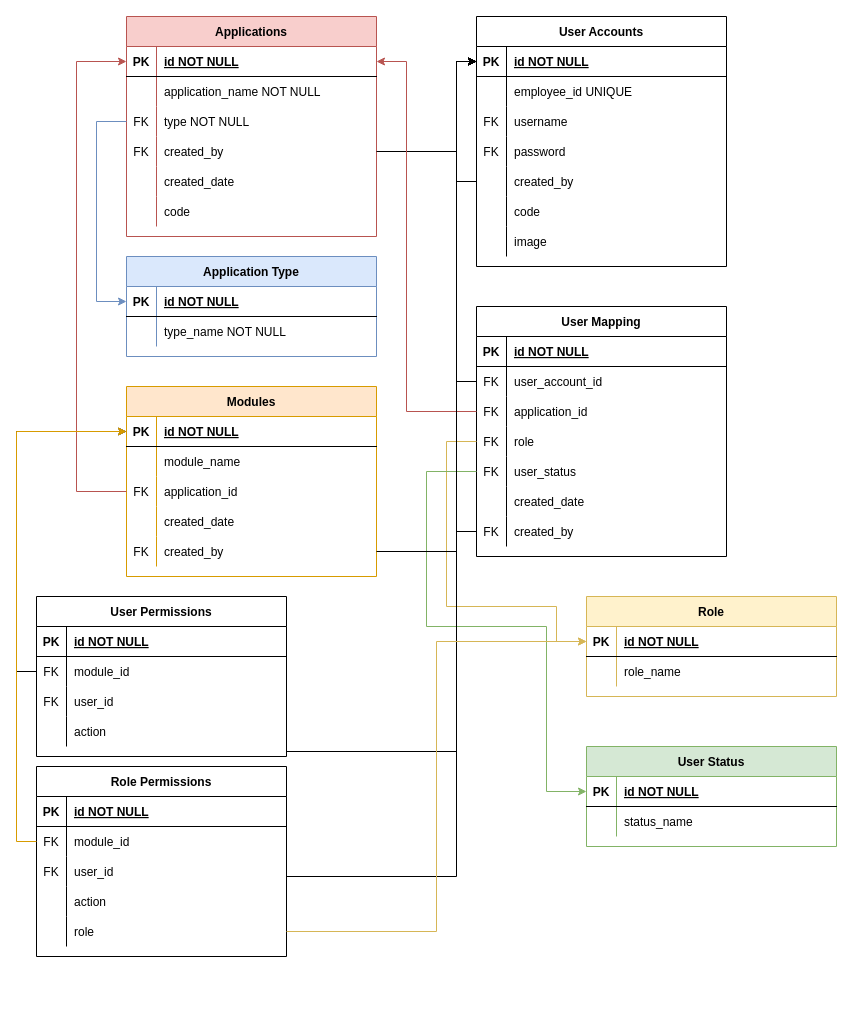
mccndcg/erds keeps this draw.io diagram as usermgmt.drawio. Above is the earlier version. Source tidied: cells renumbered, new cells numbered last; positions are measured from the earlier drawing's top-left corner, leaving out a move shared by most shapes. Both pictures are drawn from the tidied source at 100%, with x=0, y=0 at pixel (36, 16).
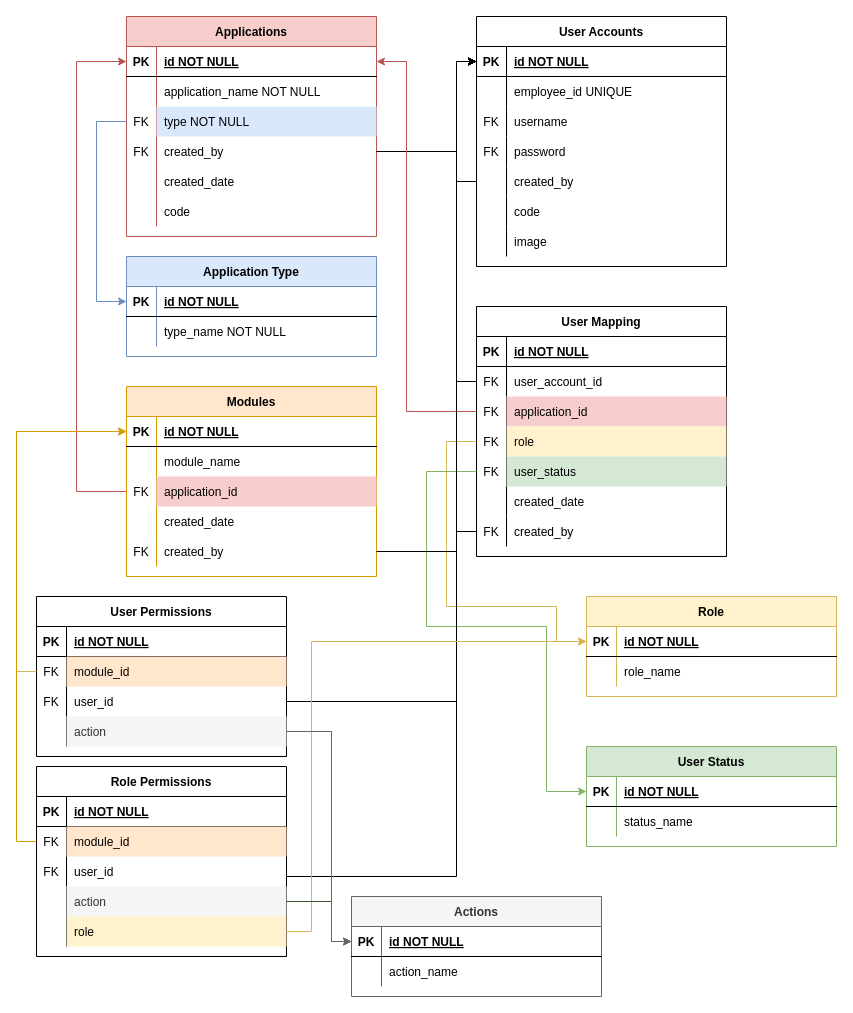
Above is the later version.

Unchanged cells that the change refers to:
```xml
<mxCell id="9" style="shape=partialRectangle;fillColor=none;points=[[0,0.5],[1,0.5]];portConstraint=eastwest;top=0;left=0;right=0;bottom=0;" parent="2" vertex="1">
  <mxGeometry y="90" width="250" height="30" as="geometry" />
</mxCell>
<mxCell id="30" style="shape=partialRectangle;fillColor=none;points=[[0,0.5],[1,0.5]];portConstraint=eastwest;top=0;left=0;right=0;bottom=1;" parent="29" vertex="1">
  <mxGeometry y="30" width="250" height="30" as="geometry" />
</mxCell>
<mxCell id="60" style="shape=partialRectangle;fillColor=none;points=[[0,0.5],[1,0.5]];portConstraint=eastwest;top=0;left=0;right=0;bottom=0;" parent="53" vertex="1">
  <mxGeometry y="90" width="250" height="30" as="geometry" />
</mxCell>
<mxCell id="63" style="shape=partialRectangle;fillColor=none;points=[[0,0.5],[1,0.5]];portConstraint=eastwest;top=0;left=0;right=0;bottom=0;" parent="53" vertex="1">
  <mxGeometry y="120" width="250" height="30" as="geometry" />
</mxCell>
<mxCell id="66" style="shape=partialRectangle;fillColor=none;points=[[0,0.5],[1,0.5]];portConstraint=eastwest;top=0;left=0;right=0;bottom=0;" parent="53" vertex="1">
  <mxGeometry y="150" width="250" height="30" as="geometry" />
</mxCell>
<mxCell id="78" style="shape=partialRectangle;fillColor=none;points=[[0,0.5],[1,0.5]];portConstraint=eastwest;top=0;left=0;right=0;bottom=1;" parent="77" vertex="1">
  <mxGeometry y="30" width="250" height="30" as="geometry" />
</mxCell>
<mxCell id="95" style="shape=partialRectangle;fillColor=none;points=[[0,0.5],[1,0.5]];portConstraint=eastwest;top=0;left=0;right=0;bottom=1;" parent="94" vertex="1">
  <mxGeometry y="30" width="250" height="30" as="geometry" />
</mxCell>
<mxCell id="101" style="shape=partialRectangle;fillColor=none;points=[[0,0.5],[1,0.5]];portConstraint=eastwest;top=0;left=0;right=0;bottom=0;" parent="94" vertex="1">
  <mxGeometry y="90" width="250" height="30" as="geometry" />
</mxCell>
<mxCell id="116" style="shape=partialRectangle;fillColor=none;points=[[0,0.5],[1,0.5]];portConstraint=eastwest;top=0;left=0;right=0;bottom=0;" parent="112" vertex="1">
  <mxGeometry y="60" width="250" height="30" as="geometry" />
</mxCell>
<mxCell id="119" style="shape=partialRectangle;fillColor=none;points=[[0,0.5],[1,0.5]];portConstraint=eastwest;top=0;left=0;right=0;bottom=0;" parent="112" vertex="1">
  <mxGeometry y="90" width="250" height="30" as="geometry" />
</mxCell>
<mxCell id="122" style="shape=partialRectangle;fillColor=none;points=[[0,0.5],[1,0.5]];portConstraint=eastwest;top=0;left=0;right=0;bottom=0;" parent="112" vertex="1">
  <mxGeometry y="120" width="250" height="30" as="geometry" />
</mxCell>
<mxCell id="131" style="shape=partialRectangle;fillColor=none;points=[[0,0.5],[1,0.5]];portConstraint=eastwest;top=0;left=0;right=0;bottom=0;" parent="127" vertex="1">
  <mxGeometry y="60" width="250" height="30" as="geometry" />
</mxCell>
<mxCell id="137" style="shape=partialRectangle;fillColor=none;points=[[0,0.5],[1,0.5]];portConstraint=eastwest;top=0;left=0;right=0;bottom=0;" parent="127" vertex="1">
  <mxGeometry y="120" width="250" height="30" as="geometry" />
</mxCell>
<mxCell id="140" style="shape=partialRectangle;fillColor=none;points=[[0,0.5],[1,0.5]];portConstraint=eastwest;top=0;left=0;right=0;bottom=0;" parent="127" vertex="1">
  <mxGeometry y="150" width="250" height="30" as="geometry" />
</mxCell>
```

Change to the diagram source:
```diff
@@
-    <mxCell id="11" value="type NOT NULL" style="shape=partialRectangle;overflow=hidden;fillColor=none;top=0;left=0;bottom=0;right=0;align=left;spacingLeft=6;" parent="9" vertex="1">
+    <mxCell id="11" value="type NOT NULL" style="shape=partialRectangle;overflow=hidden;fillColor=#dae8fc;top=0;left=0;bottom=0;right=0;align=left;spacingLeft=6;strokeColor=#6c8ebf;" parent="9" vertex="1">
       <mxGeometry x="30" width="220" height="30" as="geometry" />
     </mxCell>
@@
-    <mxCell id="62" value="application_id" style="shape=partialRectangle;overflow=hidden;fillColor=none;top=0;left=0;bottom=0;right=0;align=left;spacingLeft=6;" parent="60" vertex="1">
+    <mxCell id="62" value="application_id" style="shape=partialRectangle;overflow=hidden;fillColor=#f8cecc;top=0;left=0;bottom=0;right=0;align=left;spacingLeft=6;strokeColor=#b85450;" parent="60" vertex="1">
       <mxGeometry x="30" width="220" height="30" as="geometry" />
     </mxCell>
@@
-    <mxCell id="65" value="role" style="shape=partialRectangle;overflow=hidden;fillColor=none;top=0;left=0;bottom=0;right=0;align=left;spacingLeft=6;" parent="63" vertex="1">
+    <mxCell id="65" value="role" style="shape=partialRectangle;overflow=hidden;fillColor=#fff2cc;top=0;left=0;bottom=0;right=0;align=left;spacingLeft=6;strokeColor=#d6b656;" parent="63" vertex="1">
       <mxGeometry x="30" width="220" height="30" as="geometry" />
     </mxCell>
@@
-    <mxCell id="68" value="user_status" style="shape=partialRectangle;overflow=hidden;fillColor=none;top=0;left=0;bottom=0;right=0;align=left;spacingLeft=6;" parent="66" vertex="1">
+    <mxCell id="68" value="user_status" style="shape=partialRectangle;overflow=hidden;fillColor=#d5e8d4;top=0;left=0;bottom=0;right=0;align=left;spacingLeft=6;strokeColor=#82b366;" parent="66" vertex="1">
       <mxGeometry x="30" width="220" height="30" as="geometry" />
     </mxCell>
@@
-    <mxCell id="103" value="application_id" style="shape=partialRectangle;overflow=hidden;fillColor=none;top=0;left=0;bottom=0;right=0;align=left;spacingLeft=6;" parent="101" vertex="1">
+    <mxCell id="103" value="application_id" style="shape=partialRectangle;overflow=hidden;fillColor=#f8cecc;top=0;left=0;bottom=0;right=0;align=left;spacingLeft=6;strokeColor=#b85450;" parent="101" vertex="1">
       <mxGeometry x="30" width="220" height="30" as="geometry" />
     </mxCell>
@@
-    <mxCell id="118" value="module_id" style="shape=partialRectangle;overflow=hidden;fillColor=none;top=0;left=0;bottom=0;right=0;align=left;spacingLeft=6;" parent="116" vertex="1">
+    <mxCell id="118" value="module_id" style="shape=partialRectangle;overflow=hidden;fillColor=#ffe6cc;top=0;left=0;bottom=0;right=0;align=left;spacingLeft=6;strokeColor=#d79b00;" parent="116" vertex="1">
       <mxGeometry x="30" width="220" height="30" as="geometry" />
     </mxCell>
@@
-    <mxCell id="124" value="action" style="shape=partialRectangle;overflow=hidden;fillColor=none;top=0;left=0;bottom=0;right=0;align=left;spacingLeft=6;" parent="122" vertex="1">
+    <mxCell id="124" value="action" style="shape=partialRectangle;overflow=hidden;fillColor=#f5f5f5;top=0;left=0;bottom=0;right=0;align=left;spacingLeft=6;fontColor=#333333;strokeColor=#666666;" parent="122" vertex="1">
       <mxGeometry x="30" width="220" height="30" as="geometry" />
     </mxCell>
-    <mxCell id="125" style="edgeStyle=orthogonalEdgeStyle;rounded=0;jettySize=auto;html=1;exitX=0;exitY=0.5;exitDx=0;exitDy=0;entryX=0;entryY=0.5;entryDx=0;entryDy=0;" parent="1" edge="1" source="116" target="95">
+    <mxCell id="125" style="edgeStyle=orthogonalEdgeStyle;rounded=0;jettySize=auto;html=1;exitX=0;exitY=0.5;exitDx=0;exitDy=0;entryX=0;entryY=0.5;entryDx=0;entryDy=0;fillColor=#fff2cc;strokeColor=#d6b656;" parent="1" edge="1" source="116" target="95">
       <mxGeometry relative="1" as="geometry" />
     </mxCell>
     <mxCell id="126" style="edgeStyle=orthogonalEdgeStyle;rounded=0;jettySize=auto;html=1;exitX=1;exitY=0.5;exitDx=0;exitDy=0;entryX=0;entryY=0.5;entryDx=0;entryDy=0;" parent="1" edge="1" source="119" target="30">
       <mxGeometry relative="1" as="geometry">
         <Array as="points">
-          <mxPoint x="420" y="735" />
+          <mxPoint x="420" y="685" />
           <mxPoint x="420" y="45" />
         </Array>
       </mxGeometry>
     </mxCell>
@@
-    <mxCell id="133" value="module_id" style="shape=partialRectangle;overflow=hidden;fillColor=none;top=0;left=0;bottom=0;right=0;align=left;spacingLeft=6;" parent="131" vertex="1">
+    <mxCell id="133" value="module_id" style="shape=partialRectangle;overflow=hidden;fillColor=#ffe6cc;top=0;left=0;bottom=0;right=0;align=left;spacingLeft=6;strokeColor=#d79b00;" parent="131" vertex="1">
       <mxGeometry x="30" width="220" height="30" as="geometry" />
     </mxCell>
@@
-    <mxCell id="139" value="action" style="shape=partialRectangle;overflow=hidden;fillColor=none;top=0;left=0;bottom=0;right=0;align=left;spacingLeft=6;" parent="137" vertex="1">
+    <mxCell id="139" value="action" style="shape=partialRectangle;overflow=hidden;fillColor=#f5f5f5;top=0;left=0;bottom=0;right=0;align=left;spacingLeft=6;fontColor=#333333;strokeColor=#666666;" parent="137" vertex="1">
       <mxGeometry x="30" width="220" height="30" as="geometry" />
     </mxCell>
@@
-    <mxCell id="142" value="role" style="shape=partialRectangle;overflow=hidden;fillColor=none;top=0;left=0;bottom=0;right=0;align=left;spacingLeft=6;" parent="140" vertex="1">
+    <mxCell id="142" value="role" style="shape=partialRectangle;overflow=hidden;fillColor=#fff2cc;top=0;left=0;bottom=0;right=0;align=left;spacingLeft=6;strokeColor=#d6b656;" parent="140" vertex="1">
       <mxGeometry x="30" width="220" height="30" as="geometry" />
     </mxCell>
@@
     <mxCell id="145" style="edgeStyle=orthogonalEdgeStyle;rounded=0;jettySize=auto;html=1;exitX=1;exitY=0.5;exitDx=0;exitDy=0;entryX=0;entryY=0.5;entryDx=0;entryDy=0;fillColor=#fff2cc;strokeColor=#d6b656;" parent="1" edge="1" source="140" target="78">
-      <mxGeometry relative="1" as="geometry" />
+      <mxGeometry relative="1" as="geometry">
+        <Array as="points">
+          <mxPoint x="275" y="915" />
+          <mxPoint x="275" y="625" />
+        </Array>
+      </mxGeometry>
     </mxCell>
+    <mxCell id="146" value="Actions" style="shape=table;startSize=30;childLayout=tableLayout;rowLines=0;fontStyle=1;align=center;fillColor=#f5f5f5;strokeColor=#666666;fontColor=#333333;" parent="1" vertex="1">
+      <mxGeometry x="315" y="880" width="250" height="100" as="geometry" />
+    </mxCell>
+    <mxCell id="147" style="shape=partialRectangle;fillColor=none;points=[[0,0.5],[1,0.5]];portConstraint=eastwest;top=0;left=0;right=0;bottom=1;" parent="146" vertex="1">
+      <mxGeometry y="30" width="250" height="30" as="geometry" />
+    </mxCell>
+    <mxCell id="148" value="PK" style="shape=partialRectangle;overflow=hidden;fillColor=none;top=0;left=0;bottom=0;right=0;fontStyle=1;" parent="147" vertex="1">
+      <mxGeometry width="30" height="30" as="geometry" />
+    </mxCell>
+    <mxCell id="149" value="id NOT NULL" style="shape=partialRectangle;overflow=hidden;fillColor=none;top=0;left=0;bottom=0;right=0;align=left;spacingLeft=6;fontStyle=5;" parent="147" vertex="1">
+      <mxGeometry x="30" width="220" height="30" as="geometry" />
+    </mxCell>
+    <mxCell id="150" style="shape=partialRectangle;fillColor=none;top=0;left=0;right=0;bottom=0;" parent="146" vertex="1">
+      <mxGeometry y="60" width="250" height="30" as="geometry" />
+    </mxCell>
+    <mxCell id="151" style="shape=partialRectangle;overflow=hidden;fillColor=none;top=0;left=0;bottom=0;right=0;" parent="150" vertex="1">
+      <mxGeometry width="30" height="30" as="geometry" />
+    </mxCell>
+    <mxCell id="152" value="action_name" style="shape=partialRectangle;overflow=hidden;fillColor=none;top=0;left=0;bottom=0;right=0;align=left;spacingLeft=6;" parent="150" vertex="1">
+      <mxGeometry x="30" width="220" height="30" as="geometry" />
+    </mxCell>
+    <mxCell id="153" style="edgeStyle=orthogonalEdgeStyle;rounded=0;jettySize=auto;html=1;exitX=1;exitY=0.5;exitDx=0;exitDy=0;entryX=0;entryY=0.5;entryDx=0;entryDy=0;fillColor=#6d8764;strokeColor=#3A5431;" parent="1" edge="1" source="137" target="147">
+      <mxGeometry relative="1" as="geometry">
+        <Array as="points">
+          <mxPoint x="295" y="885" />
+          <mxPoint x="295" y="925" />
+        </Array>
+      </mxGeometry>
+    </mxCell>
+    <mxCell id="154" style="edgeStyle=orthogonalEdgeStyle;rounded=0;jettySize=auto;html=1;exitX=1;exitY=0.5;exitDx=0;exitDy=0;entryX=0;entryY=0.5;entryDx=0;entryDy=0;fillColor=#f5f5f5;strokeColor=#666666;" parent="1" edge="1" source="122" target="147">
+      <mxGeometry relative="1" as="geometry">
+        <Array as="points">
+          <mxPoint x="295" y="715" />
+          <mxPoint x="295" y="925" />
+        </Array>
+      </mxGeometry>
+    </mxCell>
```
